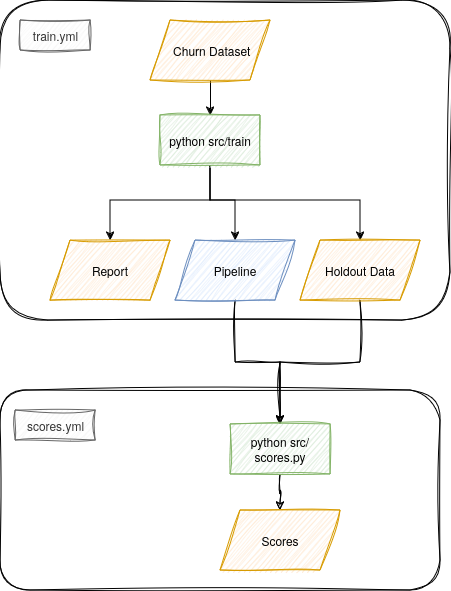
This is process-diagram.png from tomazgda/churn_predictions, a draw.io export, as it was before one commit. Source tidied: cells renumbered, new cells last; positions are measured from the earlier drawing's top-left corner, leaving out a move shared by most shapes. The source it was exported from:
```xml
<mxGraphModel>
  <root>
    <mxCell id="0" />
    <mxCell id="1" parent="0" />
    <mxCell id="2" style="whiteSpace=wrap;html=1;glass=0;labelPosition=left;verticalLabelPosition=middle;align=center;verticalAlign=middle;fontSize=20;horizontal=1;rounded=1;sketch=1;curveFitting=1;jiggle=2;" parent="1" vertex="1">
      <mxGeometry y="390" width="440" height="200" as="geometry" />
    </mxCell>
    <mxCell id="3" style="whiteSpace=wrap;html=1;glass=0;labelPosition=left;verticalLabelPosition=middle;align=center;verticalAlign=middle;fontSize=20;horizontal=1;rounded=1;sketch=1;curveFitting=1;jiggle=2;" parent="1" vertex="1">
      <mxGeometry width="450" height="320" as="geometry" />
    </mxCell>
    <mxCell id="4" style="edgeStyle=orthogonalEdgeStyle;rounded=0;jettySize=auto;html=1;exitX=0.5;exitY=1;exitDx=0;exitDy=0;entryX=0.5;entryY=0;entryDx=0;entryDy=0;" parent="1" edge="1" source="5" target="9">
      <mxGeometry relative="1" as="geometry" />
    </mxCell>
    <mxCell id="5" value="&amp;nbsp;Churn Dataset" style="shape=parallelogram;perimeter=parallelogramPerimeter;whiteSpace=wrap;html=1;fixedSize=1;fillColor=#ffe6cc;strokeColor=#d79b00;sketch=1;curveFitting=1;jiggle=2;" parent="1" vertex="1">
      <mxGeometry x="150" y="20" width="120" height="60" as="geometry" />
    </mxCell>
    <mxCell id="6" style="edgeStyle=orthogonalEdgeStyle;rounded=0;jettySize=auto;html=1;" parent="1" edge="1" source="9" target="12">
      <mxGeometry relative="1" as="geometry">
        <Array as="points">
          <mxPoint x="210" y="200" />
          <mxPoint x="235" y="200" />
        </Array>
      </mxGeometry>
    </mxCell>
    <mxCell id="7" style="edgeStyle=orthogonalEdgeStyle;rounded=0;jettySize=auto;html=1;" parent="1" edge="1" source="9" target="10">
      <mxGeometry relative="1" as="geometry">
        <Array as="points">
          <mxPoint x="210" y="200" />
          <mxPoint x="110" y="200" />
        </Array>
      </mxGeometry>
    </mxCell>
    <mxCell id="8" style="edgeStyle=orthogonalEdgeStyle;rounded=0;jettySize=auto;html=1;" parent="1" edge="1" source="9" target="14">
      <mxGeometry relative="1" as="geometry">
        <Array as="points">
          <mxPoint x="210" y="200" />
          <mxPoint x="360" y="200" />
        </Array>
      </mxGeometry>
    </mxCell>
    <mxCell id="9" value="python src/train" style="whiteSpace=wrap;html=1;fillColor=#d5e8d4;strokeColor=#82b366;sketch=1;curveFitting=1;jiggle=2;" parent="1" vertex="1">
      <mxGeometry x="160" y="115" width="100" height="50" as="geometry" />
    </mxCell>
    <mxCell id="10" value="&lt;div&gt;Report&lt;/div&gt;" style="shape=parallelogram;perimeter=parallelogramPerimeter;whiteSpace=wrap;html=1;fixedSize=1;fillColor=#ffe6cc;strokeColor=#d79b00;sketch=1;curveFitting=1;jiggle=2;" parent="1" vertex="1">
      <mxGeometry x="50" y="240" width="120" height="60" as="geometry" />
    </mxCell>
    <mxCell id="11" style="edgeStyle=orthogonalEdgeStyle;rounded=0;jettySize=auto;html=1;sketch=1;curveFitting=1;jiggle=2;flowAnimation=0;" parent="1" edge="1" source="12" target="16">
      <mxGeometry relative="1" as="geometry" />
    </mxCell>
    <mxCell id="12" value="Pipeline" style="shape=parallelogram;perimeter=parallelogramPerimeter;whiteSpace=wrap;html=1;fixedSize=1;fillColor=#dae8fc;strokeColor=#6c8ebf;sketch=1;curveFitting=1;jiggle=2;" parent="1" vertex="1">
      <mxGeometry x="175" y="240" width="120" height="60" as="geometry" />
    </mxCell>
    <mxCell id="13" style="edgeStyle=orthogonalEdgeStyle;rounded=0;jettySize=auto;html=1;sketch=1;curveFitting=1;jiggle=2;flowAnimation=0;" parent="1" edge="1" source="14" target="16">
      <mxGeometry relative="1" as="geometry" />
    </mxCell>
    <mxCell id="14" value="Holdout Data" style="shape=parallelogram;perimeter=parallelogramPerimeter;whiteSpace=wrap;html=1;fixedSize=1;fillColor=#ffe6cc;strokeColor=#d79b00;sketch=1;curveFitting=1;jiggle=2;" parent="1" vertex="1">
      <mxGeometry x="300" y="240" width="120" height="60" as="geometry" />
    </mxCell>
    <mxCell id="15" style="edgeStyle=orthogonalEdgeStyle;rounded=0;jettySize=auto;html=1;exitX=0.5;exitY=1;exitDx=0;exitDy=0;sketch=1;curveFitting=1;jiggle=2;flowAnimation=0;" parent="1" edge="1" source="16" target="17">
      <mxGeometry relative="1" as="geometry" />
    </mxCell>
    <mxCell id="16" value="python src/scores.py" style="whiteSpace=wrap;html=1;fillColor=#d5e8d4;strokeColor=#82b366;sketch=1;curveFitting=1;jiggle=2;" parent="1" vertex="1">
      <mxGeometry x="230" y="424" width="100" height="50" as="geometry" />
    </mxCell>
    <mxCell id="17" value="Scores" style="shape=parallelogram;perimeter=parallelogramPerimeter;whiteSpace=wrap;html=1;fixedSize=1;fillColor=#ffe6cc;strokeColor=#d79b00;sketch=1;curveFitting=1;jiggle=2;" parent="1" vertex="1">
      <mxGeometry x="220" y="510" width="120" height="60" as="geometry" />
    </mxCell>
    <mxCell id="18" value="&lt;div&gt;train.yml&lt;/div&gt;" style="text;html=1;align=center;verticalAlign=middle;sketch=1;curveFitting=1;jiggle=2;fillColor=#f5f5f5;fontColor=#333333;strokeColor=#666666;" parent="1" vertex="1">
      <mxGeometry x="20" y="20" width="70" height="30" as="geometry" />
    </mxCell>
    <mxCell id="19" value="&lt;div&gt;scores.yml&lt;/div&gt;" style="text;html=1;align=center;verticalAlign=middle;sketch=1;curveFitting=1;jiggle=2;fillColor=#f5f5f5;fontColor=#333333;strokeColor=#666666;" parent="1" vertex="1">
      <mxGeometry x="15" y="410" width="80" height="30" as="geometry" />
    </mxCell>
  </root>
</mxGraphModel>
```
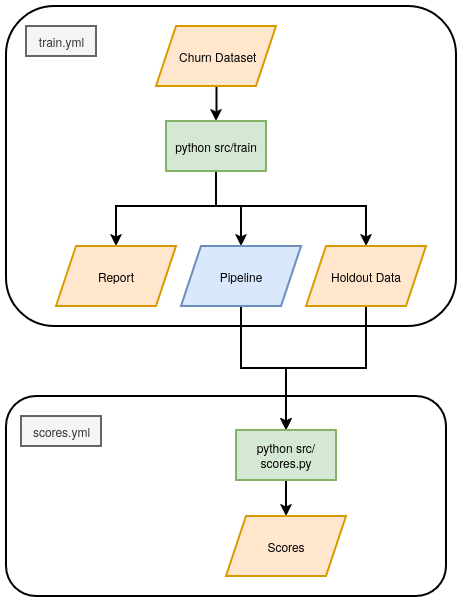
After the commit.

Diff of the diagram source:
```diff
@@ -2,19 +2,19 @@
   <root>
     <mxCell id="0" />
     <mxCell id="1" parent="0" />
-    <mxCell id="2" style="whiteSpace=wrap;html=1;glass=0;labelPosition=left;verticalLabelPosition=middle;align=center;verticalAlign=middle;fontSize=20;horizontal=1;rounded=1;sketch=1;curveFitting=1;jiggle=2;" parent="1" vertex="1">
+    <mxCell id="2" style="whiteSpace=wrap;html=1;glass=0;labelPosition=left;verticalLabelPosition=middle;align=center;verticalAlign=middle;fontSize=20;horizontal=1;rounded=1;strokeWidth=2;" parent="1" vertex="1">
       <mxGeometry y="390" width="440" height="200" as="geometry" />
     </mxCell>
-    <mxCell id="3" style="whiteSpace=wrap;html=1;glass=0;labelPosition=left;verticalLabelPosition=middle;align=center;verticalAlign=middle;fontSize=20;horizontal=1;rounded=1;sketch=1;curveFitting=1;jiggle=2;" parent="1" vertex="1">
+    <mxCell id="3" style="whiteSpace=wrap;html=1;glass=0;labelPosition=left;verticalLabelPosition=middle;align=center;verticalAlign=middle;fontSize=20;horizontal=1;rounded=1;strokeWidth=2;" parent="1" vertex="1">
       <mxGeometry width="450" height="320" as="geometry" />
     </mxCell>
-    <mxCell id="4" style="edgeStyle=orthogonalEdgeStyle;rounded=0;jettySize=auto;html=1;exitX=0.5;exitY=1;exitDx=0;exitDy=0;entryX=0.5;entryY=0;entryDx=0;entryDy=0;" parent="1" edge="1" source="5" target="9">
+    <mxCell id="4" style="edgeStyle=orthogonalEdgeStyle;rounded=0;jettySize=auto;html=1;exitX=0.5;exitY=1;exitDx=0;exitDy=0;entryX=0.5;entryY=0;entryDx=0;entryDy=0;strokeWidth=2;" parent="1" edge="1" source="5" target="9">
       <mxGeometry relative="1" as="geometry" />
     </mxCell>
-    <mxCell id="5" value="&amp;nbsp;Churn Dataset" style="shape=parallelogram;perimeter=parallelogramPerimeter;whiteSpace=wrap;html=1;fixedSize=1;fillColor=#ffe6cc;strokeColor=#d79b00;sketch=1;curveFitting=1;jiggle=2;" parent="1" vertex="1">
+    <mxCell id="5" value="&amp;nbsp;Churn Dataset" style="shape=parallelogram;perimeter=parallelogramPerimeter;whiteSpace=wrap;html=1;fixedSize=1;fillColor=#ffe6cc;strokeColor=#d79b00;strokeWidth=2;" parent="1" vertex="1">
       <mxGeometry x="150" y="20" width="120" height="60" as="geometry" />
     </mxCell>
-    <mxCell id="6" style="edgeStyle=orthogonalEdgeStyle;rounded=0;jettySize=auto;html=1;" parent="1" edge="1" source="9" target="12">
+    <mxCell id="6" style="edgeStyle=orthogonalEdgeStyle;rounded=0;jettySize=auto;html=1;strokeWidth=2;" parent="1" edge="1" source="9" target="12">
       <mxGeometry relative="1" as="geometry">
         <Array as="points">
           <mxPoint x="210" y="200" />
@@ -22,7 +22,7 @@
         </Array>
       </mxGeometry>
     </mxCell>
-    <mxCell id="7" style="edgeStyle=orthogonalEdgeStyle;rounded=0;jettySize=auto;html=1;" parent="1" edge="1" source="9" target="10">
+    <mxCell id="7" style="edgeStyle=orthogonalEdgeStyle;rounded=0;jettySize=auto;html=1;strokeWidth=2;" parent="1" edge="1" source="9" target="10">
       <mxGeometry relative="1" as="geometry">
         <Array as="points">
           <mxPoint x="210" y="200" />
@@ -30,7 +30,7 @@
         </Array>
       </mxGeometry>
     </mxCell>
-    <mxCell id="8" style="edgeStyle=orthogonalEdgeStyle;rounded=0;jettySize=auto;html=1;" parent="1" edge="1" source="9" target="14">
+    <mxCell id="8" style="edgeStyle=orthogonalEdgeStyle;rounded=0;jettySize=auto;html=1;strokeWidth=2;" parent="1" edge="1" source="9" target="14">
       <mxGeometry relative="1" as="geometry">
         <Array as="points">
           <mxPoint x="210" y="200" />
@@ -38,37 +38,37 @@
         </Array>
       </mxGeometry>
     </mxCell>
-    <mxCell id="9" value="python src/train" style="whiteSpace=wrap;html=1;fillColor=#d5e8d4;strokeColor=#82b366;sketch=1;curveFitting=1;jiggle=2;" parent="1" vertex="1">
+    <mxCell id="9" value="python src/train" style="whiteSpace=wrap;html=1;fillColor=#d5e8d4;strokeColor=#82b366;strokeWidth=2;" parent="1" vertex="1">
       <mxGeometry x="160" y="115" width="100" height="50" as="geometry" />
     </mxCell>
-    <mxCell id="10" value="&lt;div&gt;Report&lt;/div&gt;" style="shape=parallelogram;perimeter=parallelogramPerimeter;whiteSpace=wrap;html=1;fixedSize=1;fillColor=#ffe6cc;strokeColor=#d79b00;sketch=1;curveFitting=1;jiggle=2;" parent="1" vertex="1">
+    <mxCell id="10" value="&lt;div&gt;Report&lt;/div&gt;" style="shape=parallelogram;perimeter=parallelogramPerimeter;whiteSpace=wrap;html=1;fixedSize=1;fillColor=#ffe6cc;strokeColor=#d79b00;strokeWidth=2;" parent="1" vertex="1">
       <mxGeometry x="50" y="240" width="120" height="60" as="geometry" />
     </mxCell>
-    <mxCell id="11" style="edgeStyle=orthogonalEdgeStyle;rounded=0;jettySize=auto;html=1;sketch=1;curveFitting=1;jiggle=2;flowAnimation=0;" parent="1" edge="1" source="12" target="16">
+    <mxCell id="11" style="edgeStyle=orthogonalEdgeStyle;rounded=0;jettySize=auto;html=1;flowAnimation=0;strokeWidth=2;" parent="1" edge="1" source="12" target="16">
       <mxGeometry relative="1" as="geometry" />
     </mxCell>
-    <mxCell id="12" value="Pipeline" style="shape=parallelogram;perimeter=parallelogramPerimeter;whiteSpace=wrap;html=1;fixedSize=1;fillColor=#dae8fc;strokeColor=#6c8ebf;sketch=1;curveFitting=1;jiggle=2;" parent="1" vertex="1">
+    <mxCell id="12" value="Pipeline" style="shape=parallelogram;perimeter=parallelogramPerimeter;whiteSpace=wrap;html=1;fixedSize=1;fillColor=#dae8fc;strokeColor=#6c8ebf;strokeWidth=2;" parent="1" vertex="1">
       <mxGeometry x="175" y="240" width="120" height="60" as="geometry" />
     </mxCell>
-    <mxCell id="13" style="edgeStyle=orthogonalEdgeStyle;rounded=0;jettySize=auto;html=1;sketch=1;curveFitting=1;jiggle=2;flowAnimation=0;" parent="1" edge="1" source="14" target="16">
+    <mxCell id="13" style="edgeStyle=orthogonalEdgeStyle;rounded=0;jettySize=auto;html=1;flowAnimation=0;strokeWidth=2;" parent="1" edge="1" source="14" target="16">
       <mxGeometry relative="1" as="geometry" />
     </mxCell>
-    <mxCell id="14" value="Holdout Data" style="shape=parallelogram;perimeter=parallelogramPerimeter;whiteSpace=wrap;html=1;fixedSize=1;fillColor=#ffe6cc;strokeColor=#d79b00;sketch=1;curveFitting=1;jiggle=2;" parent="1" vertex="1">
+    <mxCell id="14" value="Holdout Data" style="shape=parallelogram;perimeter=parallelogramPerimeter;whiteSpace=wrap;html=1;fixedSize=1;fillColor=#ffe6cc;strokeColor=#d79b00;strokeWidth=2;" parent="1" vertex="1">
       <mxGeometry x="300" y="240" width="120" height="60" as="geometry" />
     </mxCell>
-    <mxCell id="15" style="edgeStyle=orthogonalEdgeStyle;rounded=0;jettySize=auto;html=1;exitX=0.5;exitY=1;exitDx=0;exitDy=0;sketch=1;curveFitting=1;jiggle=2;flowAnimation=0;" parent="1" edge="1" source="16" target="17">
+    <mxCell id="15" style="edgeStyle=orthogonalEdgeStyle;rounded=0;jettySize=auto;html=1;exitX=0.5;exitY=1;exitDx=0;exitDy=0;flowAnimation=0;strokeWidth=2;" parent="1" edge="1" source="16" target="17">
       <mxGeometry relative="1" as="geometry" />
     </mxCell>
-    <mxCell id="16" value="python src/scores.py" style="whiteSpace=wrap;html=1;fillColor=#d5e8d4;strokeColor=#82b366;sketch=1;curveFitting=1;jiggle=2;" parent="1" vertex="1">
+    <mxCell id="16" value="python src/scores.py" style="whiteSpace=wrap;html=1;fillColor=#d5e8d4;strokeColor=#82b366;strokeWidth=2;" parent="1" vertex="1">
       <mxGeometry x="230" y="424" width="100" height="50" as="geometry" />
     </mxCell>
-    <mxCell id="17" value="Scores" style="shape=parallelogram;perimeter=parallelogramPerimeter;whiteSpace=wrap;html=1;fixedSize=1;fillColor=#ffe6cc;strokeColor=#d79b00;sketch=1;curveFitting=1;jiggle=2;" parent="1" vertex="1">
+    <mxCell id="17" value="Scores" style="shape=parallelogram;perimeter=parallelogramPerimeter;whiteSpace=wrap;html=1;fixedSize=1;fillColor=#ffe6cc;strokeColor=#d79b00;strokeWidth=2;" parent="1" vertex="1">
       <mxGeometry x="220" y="510" width="120" height="60" as="geometry" />
     </mxCell>
-    <mxCell id="18" value="&lt;div&gt;train.yml&lt;/div&gt;" style="text;html=1;align=center;verticalAlign=middle;sketch=1;curveFitting=1;jiggle=2;fillColor=#f5f5f5;fontColor=#333333;strokeColor=#666666;" parent="1" vertex="1">
+    <mxCell id="18" value="&lt;div&gt;train.yml&lt;/div&gt;" style="text;html=1;align=center;verticalAlign=middle;fillColor=#f5f5f5;fontColor=#333333;strokeColor=#666666;strokeWidth=2;" parent="1" vertex="1">
       <mxGeometry x="20" y="20" width="70" height="30" as="geometry" />
     </mxCell>
-    <mxCell id="19" value="&lt;div&gt;scores.yml&lt;/div&gt;" style="text;html=1;align=center;verticalAlign=middle;sketch=1;curveFitting=1;jiggle=2;fillColor=#f5f5f5;fontColor=#333333;strokeColor=#666666;" parent="1" vertex="1">
+    <mxCell id="19" value="&lt;div&gt;scores.yml&lt;/div&gt;" style="text;html=1;align=center;verticalAlign=middle;fillColor=#f5f5f5;fontColor=#333333;strokeColor=#666666;strokeWidth=2;" parent="1" vertex="1">
       <mxGeometry x="15" y="410" width="80" height="30" as="geometry" />
     </mxCell>
   </root>
```
